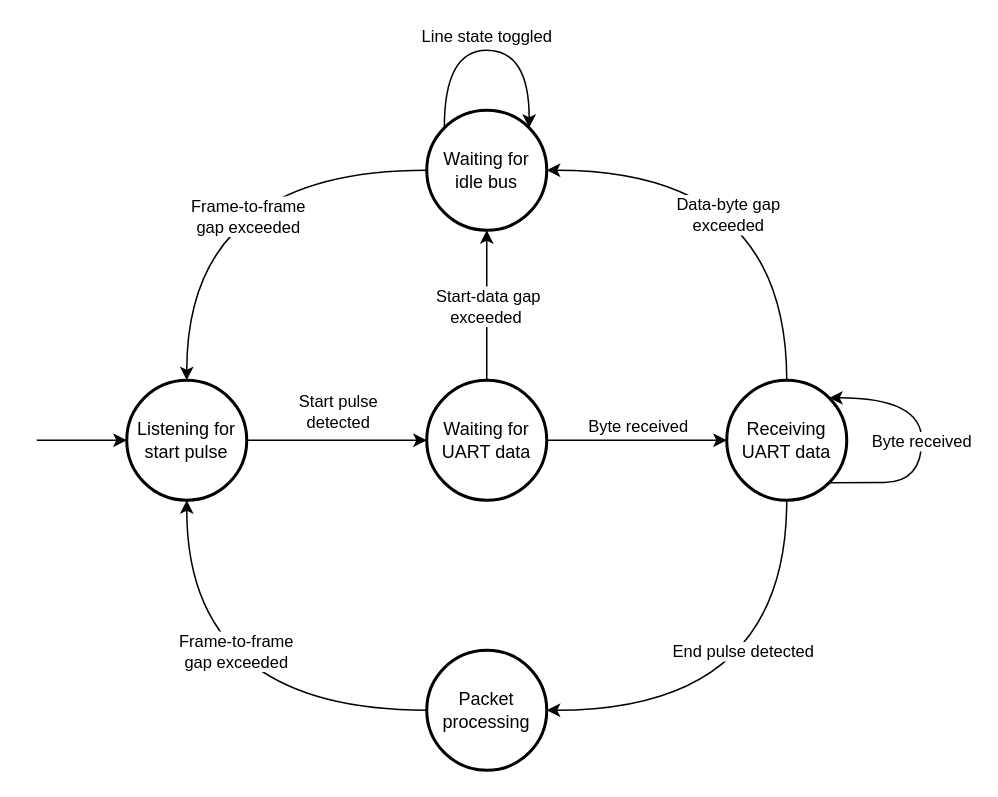
This is spec/images/jacdac-state-diagram.drawio from microsoft/jacdac, a draw.io file, before an edit. Source tidied: cells renumbered, new cells numbered last; positions are measured from the earlier drawing's top-left corner, leaving out a move shared by most shapes. Both pictures are drawn from the tidied source at 150%, with x=0, y=0 at pixel (36, 50).
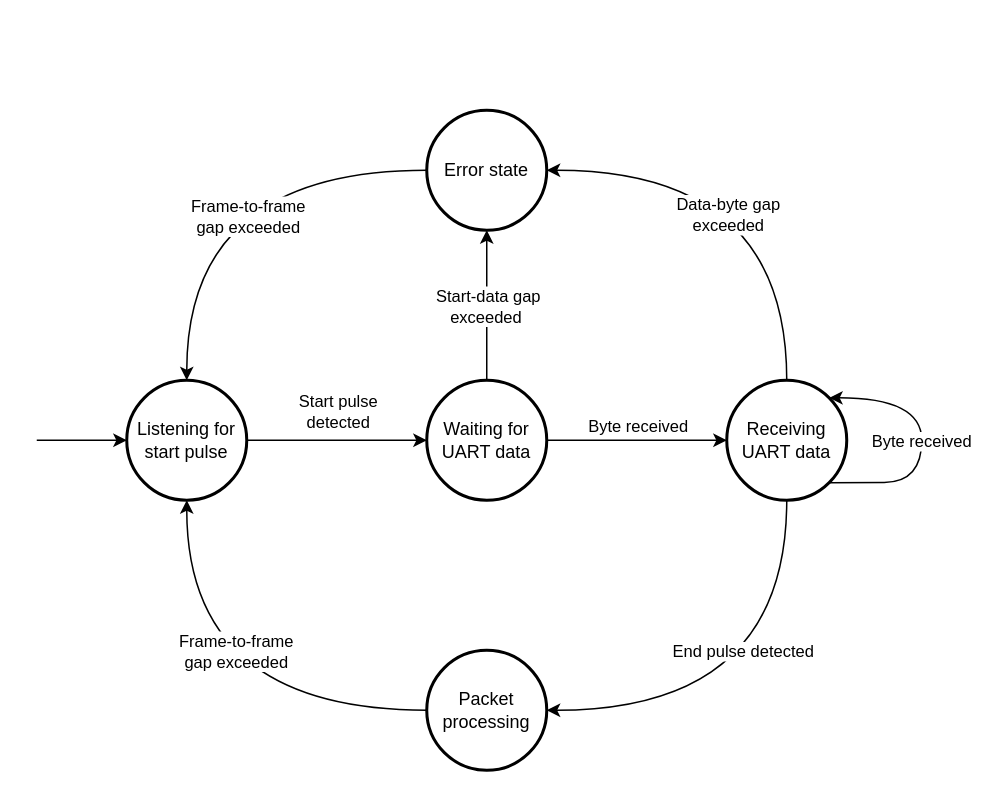
After the change.

Commit message (it also covers changes not shown here):
add state diagram

The edit, as a diff of the source:
```diff
@@
-    <mxCell id="15" value="Waiting for idle bus" style="ellipse;whiteSpace=wrap;html=1;strokeWidth=2;" parent="1" vertex="1">
+    <mxCell id="15" value="Error state" style="ellipse;whiteSpace=wrap;html=1;strokeWidth=2;" parent="1" vertex="1">
       <mxGeometry x="260" y="40" width="80" height="80" as="geometry" />
     </mxCell>
-    <mxCell id="16" style="edgeStyle=orthogonalEdgeStyle;orthogonalLoop=1;jettySize=auto;html=1;exitX=0;exitY=0;exitDx=0;exitDy=0;entryX=1;entryY=0;entryDx=0;entryDy=0;strokeColor=#000000;curved=1;" parent="1" edge="1" source="15" target="15">
-      <mxGeometry relative="1" as="geometry">
-        <Array as="points">
-          <mxPoint x="272" />
-          <mxPoint x="328" />
-        </Array>
-      </mxGeometry>
-    </mxCell>
-    <mxCell id="17" value="Line state toggled" style="edgeLabel;html=1;align=center;verticalAlign=middle;" parent="16" vertex="1">
-      <mxGeometry x="-0.04" relative="1" as="geometry">
-        <mxPoint x="2.8" y="-10" as="offset" />
-      </mxGeometry>
-    </mxCell>
```
